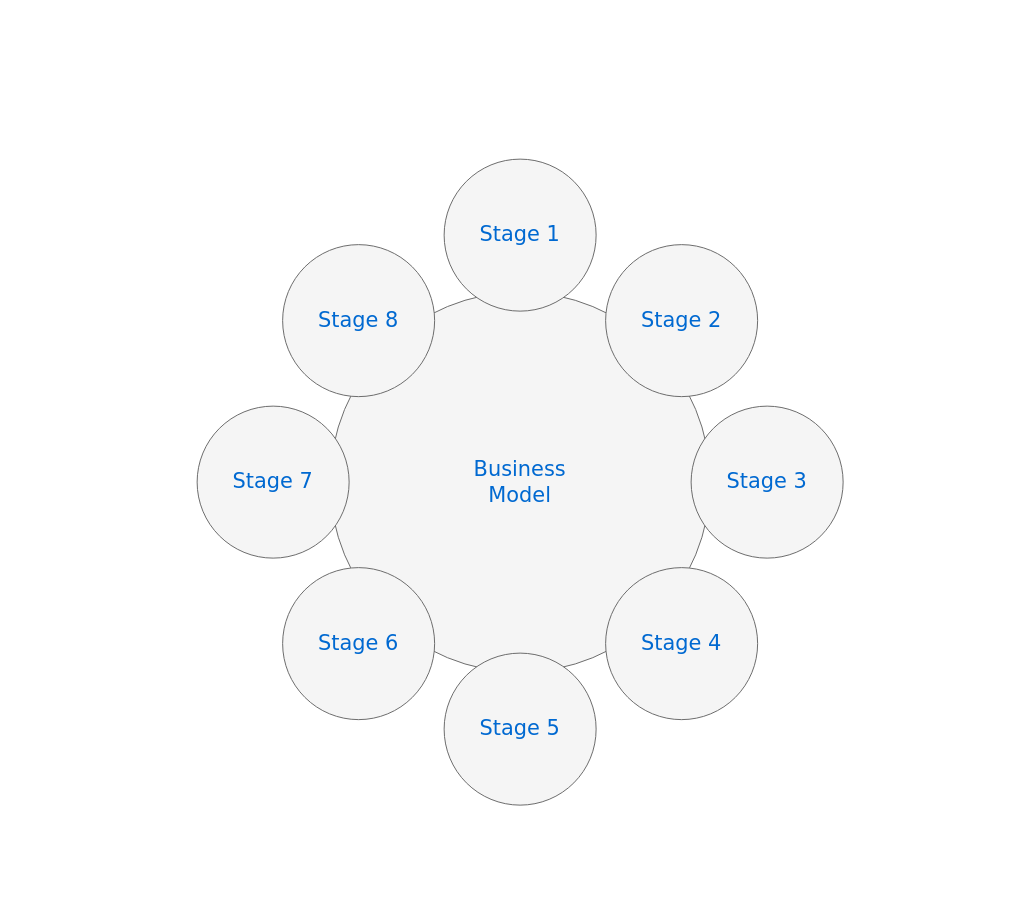
Above: images/Untitled Diagram.drawio in JanssenThomas/JanssenThomas.github.io (draw.io), before the change. Source tidied: cells renumbered, new cells numbered last; positions are measured from the earlier drawing's top-left corner, leaving out a move shared by most shapes. Both pictures are drawn from the tidied source at 95%, with x=0, y=0 at pixel (197, 159).
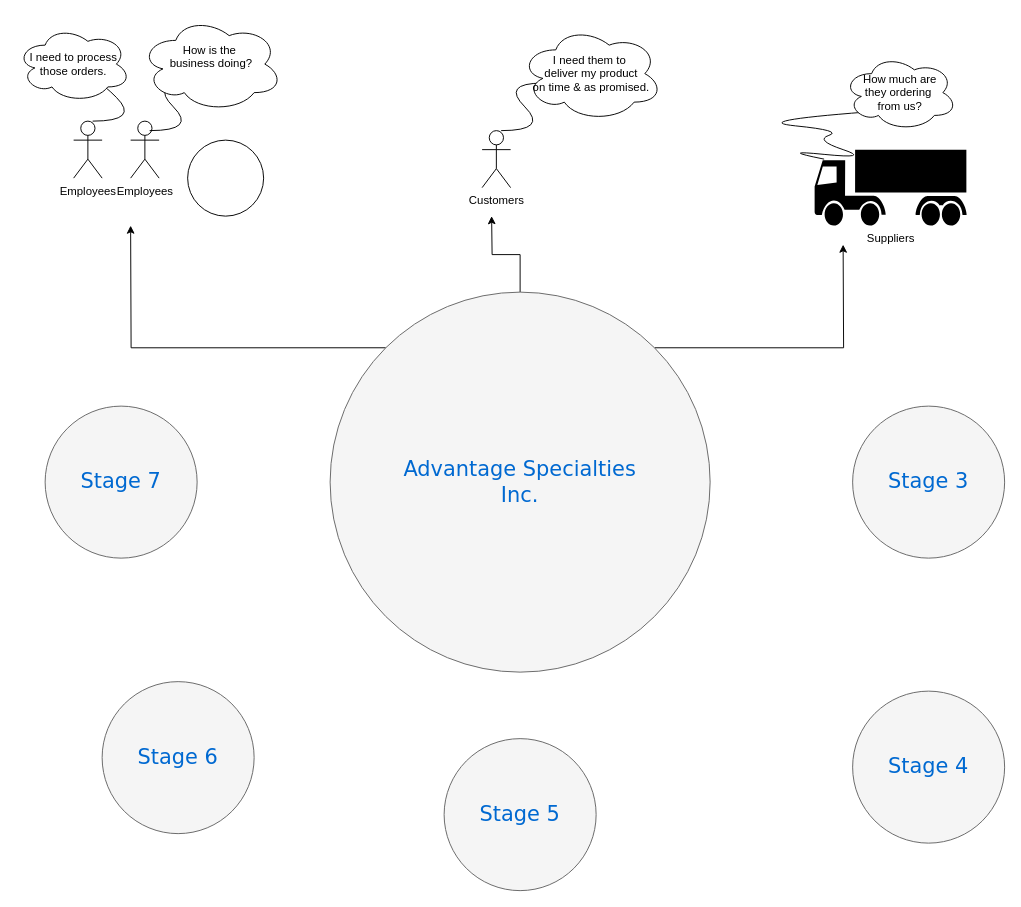
Above is the later version.

The edit, as a diff of the source:
```diff
@@
+    <mxCell id="11" style="edgeStyle=orthogonalEdgeStyle;rounded=0;jettySize=auto;html=1;exitX=0;exitY=0;exitDx=0;exitDy=0;" parent="1" edge="1" source="2">
+      <mxGeometry relative="1" as="geometry">
+        <mxPoint x="-70" y="70" as="targetPoint" />
+      </mxGeometry>
+    </mxCell>
+    <mxCell id="12" style="edgeStyle=orthogonalEdgeStyle;rounded=0;jettySize=auto;html=1;exitX=0.5;exitY=0;exitDx=0;exitDy=0;" parent="1" edge="1" source="2">
+      <mxGeometry relative="1" as="geometry">
+        <mxPoint x="310" y="60" as="targetPoint" />
+      </mxGeometry>
+    </mxCell>
+    <mxCell id="13" style="edgeStyle=orthogonalEdgeStyle;rounded=0;jettySize=auto;html=1;exitX=1;exitY=0;exitDx=0;exitDy=0;" parent="1" edge="1" source="2">
+      <mxGeometry relative="1" as="geometry">
+        <mxPoint x="680" y="90" as="targetPoint" />
+      </mxGeometry>
+    </mxCell>
-    <mxCell id="2" value="Business&lt;div&gt;Model&lt;/div&gt;" style="ellipse;whiteSpace=wrap;html=1;rounded=0;shadow=0;dashed=0;comic=0;fontFamily=Verdana;fontSize=22;fontColor=#0069D1;fillColor=#f5f5f5;strokeColor=#666666;" parent="1" vertex="1">
+    <mxCell id="2" value="Advantage Specialties&lt;div&gt;Inc.&lt;/div&gt;" style="ellipse;whiteSpace=wrap;html=1;rounded=0;shadow=0;dashed=0;comic=0;fontFamily=Verdana;fontSize=22;fontColor=#0069D1;fillColor=#f5f5f5;strokeColor=#666666;" parent="1" vertex="1">
       <mxGeometry x="140" y="140" width="400" height="400" as="geometry" />
     </mxCell>
-    <mxCell id="3" value="Stage 1" style="ellipse;whiteSpace=wrap;html=1;rounded=0;shadow=0;dashed=0;comic=0;fontFamily=Verdana;fontSize=22;fontColor=#0069D1;fillColor=#f5f5f5;strokeColor=#666666;" parent="1" vertex="1">
-      <mxGeometry x="260" width="160" height="160" as="geometry" />
-    </mxCell>
     <mxCell id="4" value="Stage 5" style="ellipse;whiteSpace=wrap;html=1;rounded=0;shadow=0;dashed=0;comic=0;fontFamily=Verdana;fontSize=22;fontColor=#0069D1;fillColor=#f5f5f5;strokeColor=#666666;" parent="1" vertex="1">
-      <mxGeometry x="260" y="520" width="160" height="160" as="geometry" />
+      <mxGeometry x="260" y="610" width="160" height="160" as="geometry" />
     </mxCell>
     <mxCell id="5" value="Stage 3" style="ellipse;whiteSpace=wrap;html=1;rounded=0;shadow=0;dashed=0;comic=0;fontFamily=Verdana;fontSize=22;fontColor=#0069D1;fillColor=#f5f5f5;strokeColor=#666666;" parent="1" vertex="1">
-      <mxGeometry x="520" y="260" width="160" height="160" as="geometry" />
+      <mxGeometry x="690" y="260" width="160" height="160" as="geometry" />
     </mxCell>
     <mxCell id="6" value="Stage 7" style="ellipse;whiteSpace=wrap;html=1;rounded=0;shadow=0;dashed=0;comic=0;fontFamily=Verdana;fontSize=22;fontColor=#0069D1;fillColor=#f5f5f5;strokeColor=#666666;" parent="1" vertex="1">
-      <mxGeometry y="260" width="160" height="160" as="geometry" />
+      <mxGeometry x="-160" y="260" width="160" height="160" as="geometry" />
     </mxCell>
-    <mxCell id="7" value="Stage 8" style="ellipse;whiteSpace=wrap;html=1;rounded=0;shadow=0;dashed=0;comic=0;fontFamily=Verdana;fontSize=22;fontColor=#0069D1;fillColor=#f5f5f5;strokeColor=#666666;" parent="1" vertex="1">
-      <mxGeometry x="90" y="90" width="160" height="160" as="geometry" />
-    </mxCell>
-    <mxCell id="8" value="Stage 2" style="ellipse;whiteSpace=wrap;html=1;rounded=0;shadow=0;dashed=0;comic=0;fontFamily=Verdana;fontSize=22;fontColor=#0069D1;fillColor=#f5f5f5;strokeColor=#666666;" parent="1" vertex="1">
-      <mxGeometry x="430" y="90" width="160" height="160" as="geometry" />
-    </mxCell>
     <mxCell id="9" value="Stage 4" style="ellipse;whiteSpace=wrap;html=1;rounded=0;shadow=0;dashed=0;comic=0;fontFamily=Verdana;fontSize=22;fontColor=#0069D1;fillColor=#f5f5f5;strokeColor=#666666;" parent="1" vertex="1">
-      <mxGeometry x="430" y="430" width="160" height="160" as="geometry" />
+      <mxGeometry x="690" y="560" width="160" height="160" as="geometry" />
     </mxCell>
     <mxCell id="10" value="Stage 6" style="ellipse;whiteSpace=wrap;html=1;rounded=0;shadow=0;dashed=0;comic=0;fontFamily=Verdana;fontSize=22;fontColor=#0069D1;fillColor=#f5f5f5;strokeColor=#666666;" parent="1" vertex="1">
-      <mxGeometry x="90" y="430" width="160" height="160" as="geometry" />
+      <mxGeometry x="-100" y="550" width="160" height="160" as="geometry" />
     </mxCell>
+    <mxCell id="14" value="Employees&lt;div&gt;&lt;br&gt;&lt;/div&gt;" style="shape=umlActor;verticalLabelPosition=bottom;verticalAlign=top;html=1;fontFamily=calibri;" parent="1" vertex="1">
+      <mxGeometry x="-130" y="-40" width="30" height="60" as="geometry" />
+    </mxCell>
+    <mxCell id="15" value="Employees&lt;div&gt;&lt;br&gt;&lt;/div&gt;" style="shape=umlActor;verticalLabelPosition=bottom;verticalAlign=top;html=1;" parent="1" vertex="1">
+      <mxGeometry x="-70" y="-40" width="30" height="60" as="geometry" />
+    </mxCell>
+    <mxCell id="16" style="curved=1;endArrow=classic;html=1;rounded=0;" parent="1" edge="1">
+      <mxGeometry relative="1" as="geometry">
+        <mxPoint x="-50" y="-30" as="sourcePoint" />
+        <mxPoint y="-80" as="targetPoint" />
+        <Array as="points">
+          <mxPoint y="-30" />
+          <mxPoint x="-50" y="-80" />
+        </Array>
+      </mxGeometry>
+    </mxCell>
+    <mxCell id="17" value="How is the&amp;nbsp;&lt;div&gt;business doing?&lt;/div&gt;&lt;div&gt;&lt;br&gt;&lt;/div&gt;" style="ellipse;shape=cloud;whiteSpace=wrap;html=1;" parent="1" vertex="1">
+      <mxGeometry x="-60" y="-150" width="150" height="100" as="geometry" />
+    </mxCell>
+    <mxCell id="18" value="Customers&lt;div&gt;&lt;br&gt;&lt;/div&gt;" style="shape=umlActor;verticalLabelPosition=bottom;verticalAlign=top;html=1;" parent="1" vertex="1">
+      <mxGeometry x="300" y="-30" width="30" height="60" as="geometry" />
+    </mxCell>
+    <mxCell id="19" style="curved=1;endArrow=classic;html=1;rounded=0;" parent="1" edge="1">
+      <mxGeometry relative="1" as="geometry">
+        <mxPoint x="320" y="-30" as="sourcePoint" />
+        <mxPoint x="370" y="-80" as="targetPoint" />
+        <Array as="points">
+          <mxPoint x="370" y="-30" />
+          <mxPoint x="320" y="-80" />
+        </Array>
+      </mxGeometry>
+    </mxCell>
+    <mxCell id="20" value="I need them to&amp;nbsp;&lt;div&gt;deliver my product&lt;/div&gt;&lt;div&gt;on time &amp;amp; as promised.&lt;/div&gt;" style="ellipse;shape=cloud;whiteSpace=wrap;html=1;" parent="1" vertex="1">
+      <mxGeometry x="340" y="-140" width="150" height="100" as="geometry" />
+    </mxCell>
+    <mxCell id="21" value="Suppliers&lt;div&gt;&lt;br&gt;&lt;/div&gt;" style="shape=mxgraph.signs.transportation.truck_7;html=1;fillColor=#000000;strokeColor=none;verticalLabelPosition=bottom;verticalAlign=top;align=center;" parent="1" vertex="1">
+      <mxGeometry x="650" y="-10" width="160" height="80" as="geometry" />
+    </mxCell>
+    <mxCell id="22" style="curved=1;endArrow=classic;html=1;rounded=0;" parent="1" edge="1">
+      <mxGeometry relative="1" as="geometry">
+        <mxPoint x="660" as="sourcePoint" />
+        <mxPoint x="710" y="-50" as="targetPoint" />
+        <Array as="points">
+          <mxPoint x="610" y="-10" />
+          <mxPoint x="710" />
+          <mxPoint x="650" y="-20" />
+          <mxPoint x="680" y="-30" />
+          <mxPoint x="580" y="-40" />
+        </Array>
+      </mxGeometry>
+    </mxCell>
+    <mxCell id="23" value="How much are&lt;div&gt;they ordering&amp;nbsp;&lt;/div&gt;&lt;div&gt;from us?&lt;/div&gt;" style="ellipse;shape=cloud;whiteSpace=wrap;html=1;" parent="1" vertex="1">
+      <mxGeometry x="680" y="-110" width="120" height="80" as="geometry" />
+    </mxCell>
+    <mxCell id="24" style="curved=1;endArrow=classic;html=1;rounded=0;" parent="1" edge="1">
+      <mxGeometry relative="1" as="geometry">
+        <mxPoint x="-110" y="-40" as="sourcePoint" />
+        <mxPoint x="-110" y="-70" as="targetPoint" />
+        <Array as="points">
+          <mxPoint x="-60" y="-40" />
+          <mxPoint x="-110" y="-90" />
+        </Array>
+      </mxGeometry>
+    </mxCell>
+    <mxCell id="25" value="I need to process&lt;div&gt;those orders.&lt;/div&gt;" style="ellipse;shape=cloud;whiteSpace=wrap;html=1;" parent="1" vertex="1">
+      <mxGeometry x="-190" y="-140" width="120" height="80" as="geometry" />
+    </mxCell>
+    <mxCell id="26" style="ellipse;whiteSpace=wrap;html=1;" parent="1" vertex="1">
+      <mxGeometry x="-10" y="-20" width="80" height="80" as="geometry" />
+    </mxCell>
```
